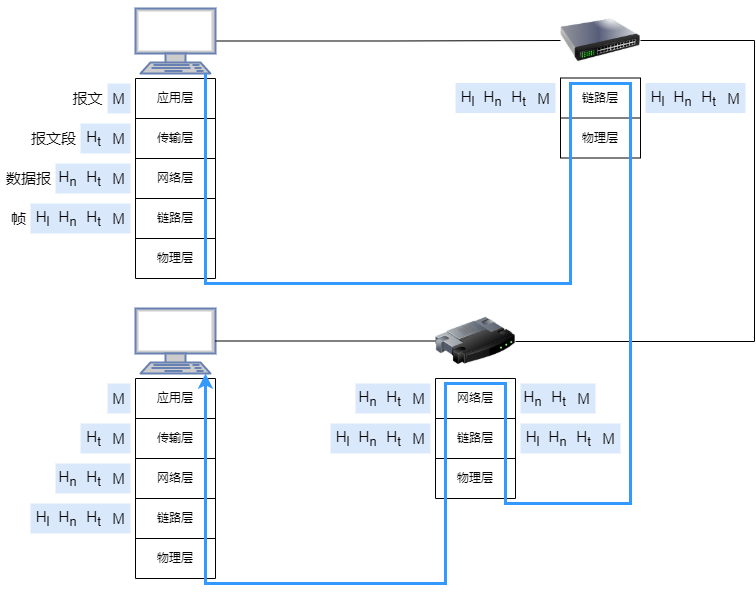
The draw.io diagram compute-networking/img/compute-networking_7.png in an-die-freude/computer-network-note, before a commit. Source tidied: cells renumbered, new cells last; positions are measured from the earlier drawing's top-left corner, leaving out a move shared by most shapes.
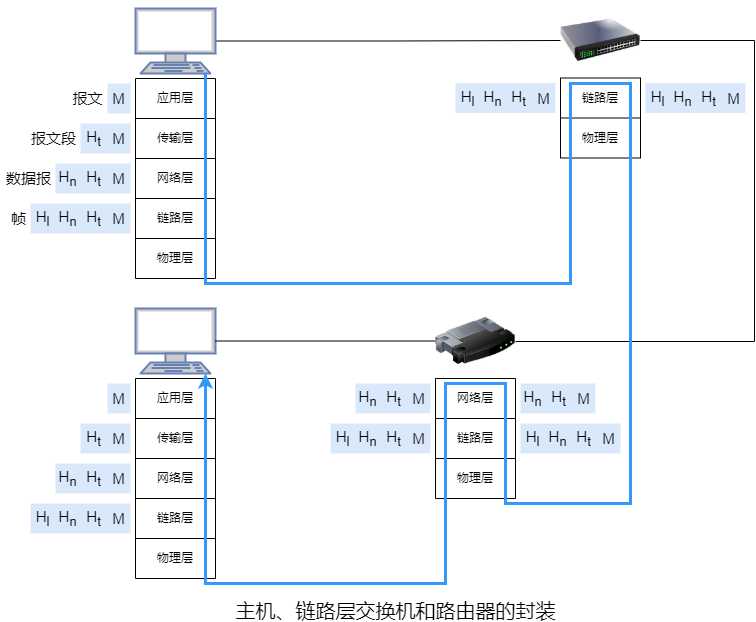
After the change.

What changed in the source:
```diff
@@ -370,5 +370,8 @@
         </Array>
       </mxGeometry>
     </mxCell>
+    <mxCell id="118" value="&lt;font style=&quot;font-size: 20px&quot;&gt;主机、链路层交换机和路由器的封装&lt;/font&gt;" style="text;html=1;align=center;verticalAlign=middle;strokeColor=none;fillColor=none;" parent="1" vertex="1">
+      <mxGeometry x="230" y="599" width="330" height="21" as="geometry" />
+    </mxCell>
   </root>
 </mxGraphModel>
```
